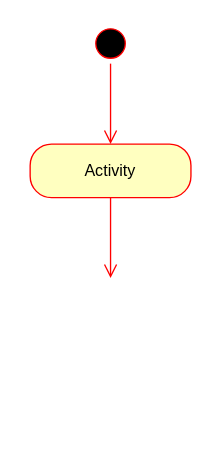
Before: page "Reset流程" (4 of 4) of Filelog.drawio in sun-iot/draw.io, a draw.io diagram. Source tidied: cells renumbered, new cells numbered last; positions are measured from the earlier drawing's top-left corner, leaving out a move shared by most shapes. Both pictures are drawn from the tidied source at 134%, with x=0, y=0 at pixel (29, 23).
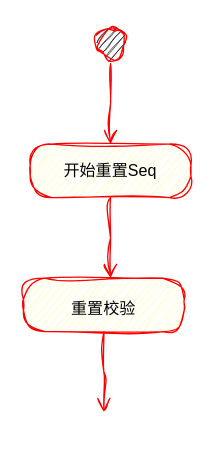
After the change.

Change to the diagram source:
```diff
@@
 <mxGraphModel>
   <root>
     <mxCell id="0" />
     <mxCell id="1" parent="0" />
-    <mxCell id="2" style="ellipse;html=1;shape=startState;fillColor=#000000;strokeColor=#ff0000;" parent="1" vertex="1">
+    <mxCell id="2" style="ellipse;html=1;shape=startState;fillColor=#000000;strokeColor=#ff0000;sketch=1;curveFitting=1;jiggle=2;" parent="1" vertex="1">
       <mxGeometry x="45" width="30" height="30" as="geometry" />
     </mxCell>
-    <mxCell id="3" style="edgeStyle=orthogonalEdgeStyle;html=1;verticalAlign=bottom;endArrow=open;endSize=8;strokeColor=#ff0000;rounded=0;" parent="1" edge="1" source="2">
+    <mxCell id="3" style="edgeStyle=orthogonalEdgeStyle;html=1;verticalAlign=bottom;endArrow=open;endSize=8;strokeColor=#ff0000;rounded=0;sketch=1;curveFitting=1;jiggle=2;" parent="1" edge="1" source="2">
       <mxGeometry relative="1" as="geometry">
         <mxPoint x="60" y="90" as="targetPoint" />
       </mxGeometry>
     </mxCell>
-    <mxCell id="4" value="Activity" style="rounded=1;whiteSpace=wrap;html=1;arcSize=40;fontColor=#000000;fillColor=#ffffc0;strokeColor=#ff0000;" parent="1" vertex="1">
+    <mxCell id="4" value="开始重置Seq" style="rounded=1;whiteSpace=wrap;html=1;arcSize=40;fontColor=#000000;fillColor=#ffffc0;strokeColor=#ff0000;sketch=1;curveFitting=1;jiggle=2;" parent="1" vertex="1">
       <mxGeometry y="90" width="120" height="40" as="geometry" />
     </mxCell>
-    <mxCell id="5" style="edgeStyle=orthogonalEdgeStyle;html=1;verticalAlign=bottom;endArrow=open;endSize=8;strokeColor=#ff0000;rounded=0;" parent="1" edge="1" source="4">
+    <mxCell id="5" style="edgeStyle=orthogonalEdgeStyle;html=1;verticalAlign=bottom;endArrow=open;endSize=8;strokeColor=#ff0000;rounded=0;sketch=1;curveFitting=1;jiggle=2;" parent="1" edge="1" source="4">
       <mxGeometry relative="1" as="geometry">
         <mxPoint x="60" y="190" as="targetPoint" />
       </mxGeometry>
     </mxCell>
+    <mxCell id="6" value="&lt;font style=&quot;font-size: 12px;&quot;&gt;重置校验&lt;/font&gt;" style="rounded=1;whiteSpace=wrap;html=1;arcSize=40;fontColor=#000000;fillColor=#ffffc0;strokeColor=#ff0000;sketch=1;hachureGap=4;jiggle=2;curveFitting=1;fontFamily=Architects Daughter;fontSize=20;" parent="1" vertex="1">
+      <mxGeometry x="-5" y="190" width="120" height="40" as="geometry" />
+    </mxCell>
+    <mxCell id="7" style="edgeStyle=orthogonalEdgeStyle;html=1;verticalAlign=bottom;endArrow=open;endSize=8;strokeColor=#ff0000;rounded=0;sketch=1;hachureGap=4;jiggle=2;curveFitting=1;fontFamily=Architects Daughter;fontSize=16;" parent="1" edge="1" source="6">
+      <mxGeometry relative="1" as="geometry">
+        <mxPoint x="55" y="290" as="targetPoint" />
+      </mxGeometry>
+    </mxCell>
   </root>
 </mxGraphModel>
```
